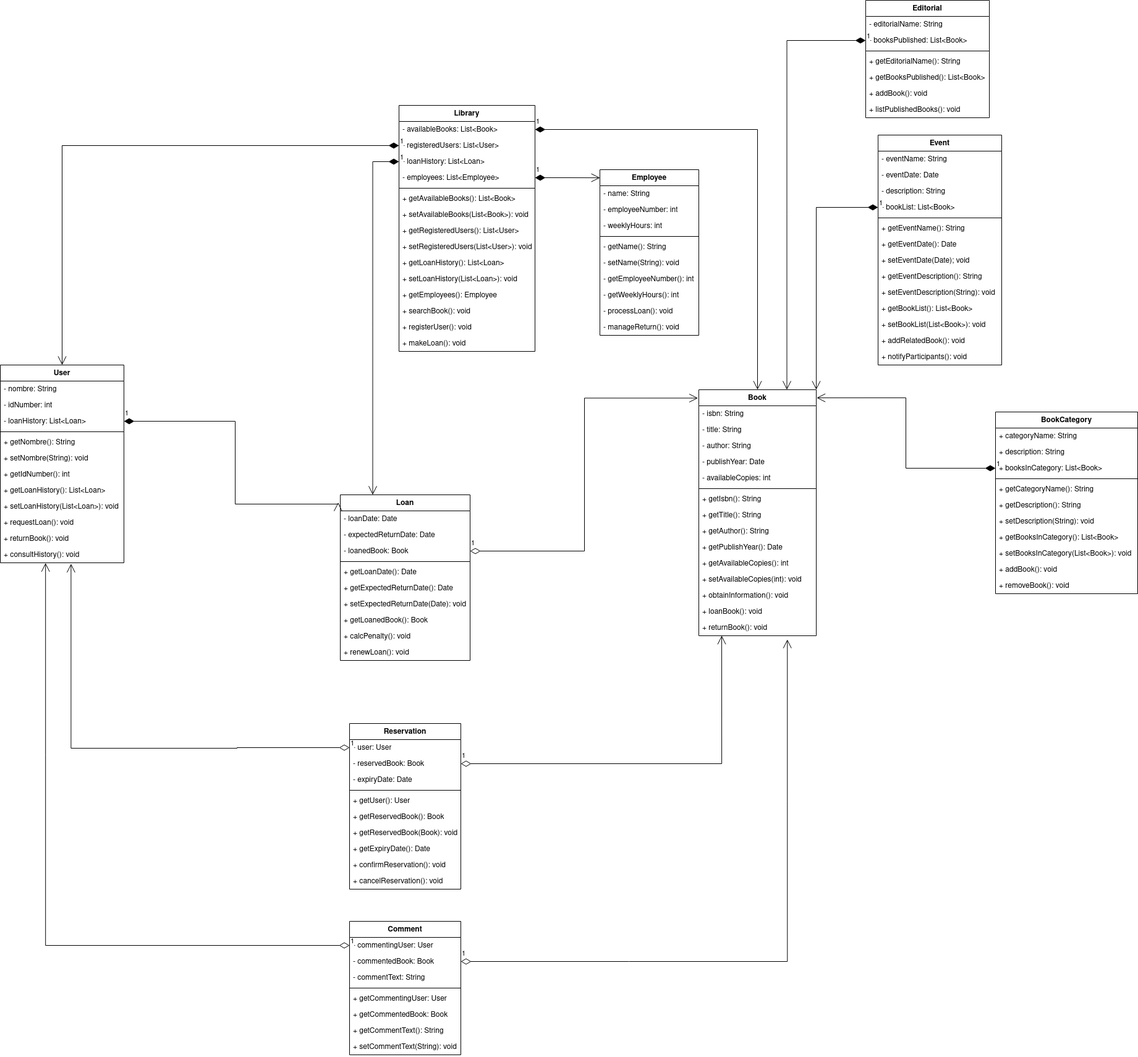
The draw.io diagram proyecto/classdiagram/classdiagramlibrary.png in mackstm/ets, before a commit. Source tidied: cells renumbered, new cells last; positions are measured from the earlier drawing's top-left corner, leaving out a move shared by most shapes.
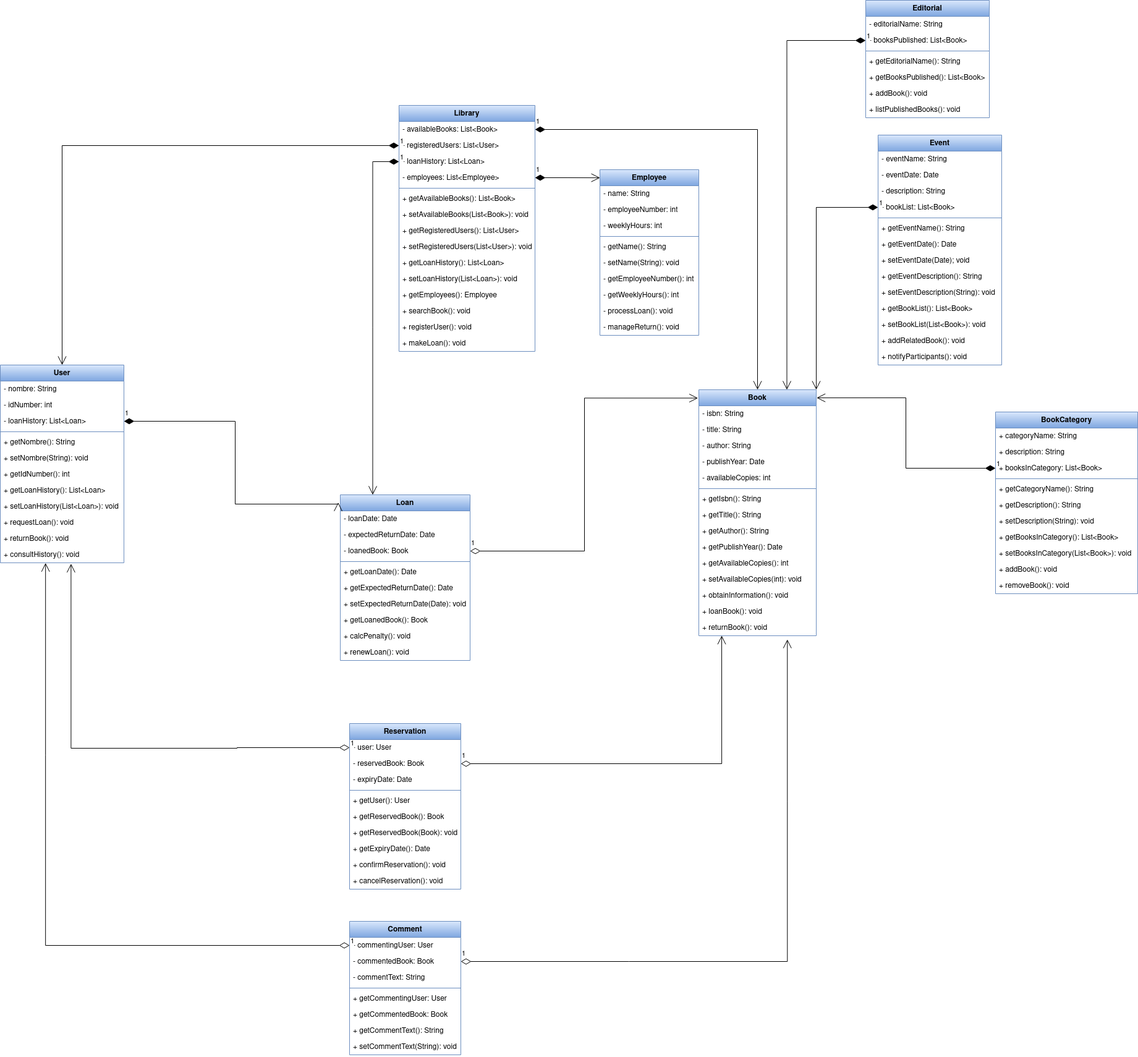
The same file after the commit.

Change to the diagram source:
```diff
@@ -2,7 +2,7 @@
   <root>
     <mxCell id="0" />
     <mxCell id="1" parent="0" />
-    <mxCell id="2" value="Book" style="swimlane;fontStyle=1;align=center;verticalAlign=top;horizontal=1;startSize=26;whiteSpace=wrap;html=1;" parent="1" vertex="1">
+    <mxCell id="2" value="Book" style="swimlane;fontStyle=1;align=center;verticalAlign=top;horizontal=1;startSize=26;whiteSpace=wrap;html=1;fillColor=#dae8fc;gradientColor=#7ea6e0;strokeColor=#6c8ebf;" parent="1" vertex="1">
       <mxGeometry x="1130" y="630" width="190" height="398" as="geometry" />
     </mxCell>
     <mxCell id="3" value="- isbn: String" style="text;strokeColor=none;fillColor=none;align=left;verticalAlign=top;spacingLeft=4;spacingRight=4;overflow=hidden;whiteSpace=wrap;html=1;" parent="2" vertex="1">
@@ -50,7 +50,7 @@
     <mxCell id="17" value="+ returnBook(): void" style="text;strokeColor=none;fillColor=none;align=left;verticalAlign=top;spacingLeft=4;spacingRight=4;overflow=hidden;points=[[0,0.5],[1,0.5]];portConstraint=eastwest;whiteSpace=wrap;html=1;" parent="2" vertex="1">
       <mxGeometry y="372" width="190" height="26" as="geometry" />
     </mxCell>
-    <mxCell id="18" value="Reservation" style="swimlane;fontStyle=1;align=center;verticalAlign=top;horizontal=1;startSize=26;whiteSpace=wrap;html=1;" parent="1" vertex="1">
+    <mxCell id="18" value="Reservation" style="swimlane;fontStyle=1;align=center;verticalAlign=top;horizontal=1;startSize=26;whiteSpace=wrap;html=1;fillColor=#dae8fc;gradientColor=#7ea6e0;strokeColor=#6c8ebf;" parent="1" vertex="1">
       <mxGeometry x="565" y="1170" width="180" height="268" as="geometry" />
     </mxCell>
     <mxCell id="19" value="- user: User" style="text;strokeColor=none;fillColor=none;align=left;verticalAlign=top;spacingLeft=4;spacingRight=4;overflow=hidden;points=[[0,0.5],[1,0.5]];portConstraint=eastwest;whiteSpace=wrap;html=1;" parent="18" vertex="1">
@@ -83,7 +83,7 @@
     <mxCell id="28" value="+ cancelReservation(): void" style="text;strokeColor=none;fillColor=none;align=left;verticalAlign=top;spacingLeft=4;spacingRight=4;overflow=hidden;whiteSpace=wrap;html=1;" parent="18" vertex="1">
       <mxGeometry y="242" width="180" height="26" as="geometry" />
     </mxCell>
-    <mxCell id="29" value="Library" style="swimlane;fontStyle=1;align=center;verticalAlign=top;horizontal=1;startSize=26;whiteSpace=wrap;html=1;" parent="1" vertex="1">
+    <mxCell id="29" value="Library" style="swimlane;fontStyle=1;align=center;verticalAlign=top;horizontal=1;startSize=26;whiteSpace=wrap;html=1;fillColor=#dae8fc;strokeColor=#6c8ebf;gradientColor=#7ea6e0;" parent="1" vertex="1">
       <mxGeometry x="645" y="170" width="220" height="398" as="geometry" />
     </mxCell>
     <mxCell id="30" value="- availableBooks: List&amp;lt;Book&amp;gt;" style="text;strokeColor=none;fillColor=none;align=left;verticalAlign=top;spacingLeft=4;spacingRight=4;overflow=hidden;points=[[0,0.5],[1,0.5]];portConstraint=eastwest;whiteSpace=wrap;html=1;" parent="29" vertex="1">
@@ -131,7 +131,7 @@
     <mxCell id="44" value="+ makeLoan(): void" style="text;strokeColor=none;fillColor=none;align=left;verticalAlign=top;spacingLeft=4;spacingRight=4;overflow=hidden;whiteSpace=wrap;html=1;" parent="29" vertex="1">
       <mxGeometry y="372" width="220" height="26" as="geometry" />
     </mxCell>
-    <mxCell id="45" value="User" style="swimlane;fontStyle=1;align=center;verticalAlign=top;horizontal=1;startSize=26;whiteSpace=wrap;html=1;" parent="1" vertex="1">
+    <mxCell id="45" value="User" style="swimlane;fontStyle=1;align=center;verticalAlign=top;horizontal=1;startSize=26;whiteSpace=wrap;html=1;fillColor=#dae8fc;strokeColor=#6c8ebf;gradientColor=#7ea6e0;" parent="1" vertex="1">
       <mxGeometry y="590" width="200" height="320" as="geometry" />
     </mxCell>
     <mxCell id="46" value="&lt;div&gt;- nombre: String&lt;br&gt;&lt;/div&gt;" style="text;strokeColor=none;fillColor=none;align=left;verticalAlign=top;spacingLeft=4;spacingRight=4;overflow=hidden;whiteSpace=wrap;html=1;" parent="45" vertex="1">
@@ -170,7 +170,7 @@
     <mxCell id="57" value="+ consultHistory(): void" style="text;strokeColor=none;fillColor=none;align=left;verticalAlign=top;spacingLeft=4;spacingRight=4;overflow=hidden;points=[[0,0.5],[1,0.5]];portConstraint=eastwest;whiteSpace=wrap;html=1;" parent="45" vertex="1">
       <mxGeometry y="294" width="200" height="26" as="geometry" />
     </mxCell>
-    <mxCell id="58" value="Event" style="swimlane;fontStyle=1;align=center;verticalAlign=top;horizontal=1;startSize=26;whiteSpace=wrap;html=1;" parent="1" vertex="1">
+    <mxCell id="58" value="Event" style="swimlane;fontStyle=1;align=center;verticalAlign=top;horizontal=1;startSize=26;whiteSpace=wrap;html=1;fillColor=#dae8fc;gradientColor=#7ea6e0;strokeColor=#6c8ebf;" parent="1" vertex="1">
       <mxGeometry x="1420" y="218" width="200" height="372" as="geometry" />
     </mxCell>
     <mxCell id="59" value="- eventName: String" style="text;strokeColor=none;fillColor=none;align=left;verticalAlign=top;spacingLeft=4;spacingRight=4;overflow=hidden;whiteSpace=wrap;html=1;" parent="58" vertex="1">
@@ -215,7 +215,7 @@
     <mxCell id="72" value="+ notifyParticipants(): void" style="text;strokeColor=none;fillColor=none;align=left;verticalAlign=top;spacingLeft=4;spacingRight=4;overflow=hidden;whiteSpace=wrap;html=1;" parent="58" vertex="1">
       <mxGeometry y="346" width="200" height="26" as="geometry" />
     </mxCell>
-    <mxCell id="73" value="Employee" style="swimlane;fontStyle=1;align=center;verticalAlign=top;horizontal=1;startSize=26;whiteSpace=wrap;html=1;" parent="1" vertex="1">
+    <mxCell id="73" value="Employee" style="swimlane;fontStyle=1;align=center;verticalAlign=top;horizontal=1;startSize=26;whiteSpace=wrap;html=1;fillColor=#dae8fc;gradientColor=#7ea6e0;strokeColor=#6c8ebf;" parent="1" vertex="1">
       <mxGeometry x="970" y="274" width="160" height="268" as="geometry" />
     </mxCell>
     <mxCell id="74" value="- name: String" style="text;strokeColor=none;fillColor=none;align=left;verticalAlign=top;spacingLeft=4;spacingRight=4;overflow=hidden;whiteSpace=wrap;html=1;" parent="73" vertex="1">
@@ -248,7 +248,7 @@
     <mxCell id="83" value="- manageReturn(): void" style="text;strokeColor=none;fillColor=none;align=left;verticalAlign=top;spacingLeft=4;spacingRight=4;overflow=hidden;whiteSpace=wrap;html=1;" parent="73" vertex="1">
       <mxGeometry y="242" width="160" height="26" as="geometry" />
     </mxCell>
-    <mxCell id="84" value="BookCategory" style="swimlane;fontStyle=1;align=center;verticalAlign=top;horizontal=1;startSize=26;whiteSpace=wrap;html=1;" parent="1" vertex="1">
+    <mxCell id="84" value="BookCategory" style="swimlane;fontStyle=1;align=center;verticalAlign=top;horizontal=1;startSize=26;whiteSpace=wrap;html=1;fillColor=#dae8fc;gradientColor=#7ea6e0;strokeColor=#6c8ebf;" parent="1" vertex="1">
       <mxGeometry x="1610" y="666" width="230" height="294" as="geometry" />
     </mxCell>
     <mxCell id="85" value="+ categoryName: String" style="text;strokeColor=none;fillColor=none;align=left;verticalAlign=top;spacingLeft=4;spacingRight=4;overflow=hidden;whiteSpace=wrap;html=1;" parent="84" vertex="1">
@@ -284,7 +284,7 @@
     <mxCell id="95" value="+ removeBook(): void" style="text;strokeColor=none;fillColor=none;align=left;verticalAlign=top;spacingLeft=4;spacingRight=4;overflow=hidden;whiteSpace=wrap;html=1;" parent="84" vertex="1">
       <mxGeometry y="268" width="230" height="26" as="geometry" />
     </mxCell>
-    <mxCell id="96" value="Loan" style="swimlane;fontStyle=1;align=center;verticalAlign=top;horizontal=1;startSize=26;whiteSpace=wrap;html=1;" parent="1" vertex="1">
+    <mxCell id="96" value="Loan" style="swimlane;fontStyle=1;align=center;verticalAlign=top;horizontal=1;startSize=26;whiteSpace=wrap;html=1;fillColor=#dae8fc;gradientColor=#7ea6e0;strokeColor=#6c8ebf;" parent="1" vertex="1">
       <mxGeometry x="550" y="800" width="210" height="268" as="geometry" />
     </mxCell>
     <mxCell id="97" value="- loanDate: Date" style="text;strokeColor=none;fillColor=none;align=left;verticalAlign=top;spacingLeft=4;spacingRight=4;overflow=hidden;whiteSpace=wrap;html=1;" parent="96" vertex="1">
@@ -317,7 +317,7 @@
     <mxCell id="106" value="+ renewLoan(): void" style="text;strokeColor=none;fillColor=none;align=left;verticalAlign=top;spacingLeft=4;spacingRight=4;overflow=hidden;whiteSpace=wrap;html=1;" parent="96" vertex="1">
       <mxGeometry y="242" width="210" height="26" as="geometry" />
     </mxCell>
-    <mxCell id="107" value="Editorial" style="swimlane;fontStyle=1;align=center;verticalAlign=top;horizontal=1;startSize=26;whiteSpace=wrap;html=1;" parent="1" vertex="1">
+    <mxCell id="107" value="Editorial" style="swimlane;fontStyle=1;align=center;verticalAlign=top;horizontal=1;startSize=26;whiteSpace=wrap;html=1;fillColor=#dae8fc;gradientColor=#7ea6e0;strokeColor=#6c8ebf;" parent="1" vertex="1">
       <mxGeometry x="1400" width="200" height="190" as="geometry" />
     </mxCell>
     <mxCell id="108" value="- editorialName: String" style="text;strokeColor=none;fillColor=none;align=left;verticalAlign=top;spacingLeft=4;spacingRight=4;overflow=hidden;whiteSpace=wrap;html=1;" parent="107" vertex="1">
@@ -341,7 +341,7 @@
     <mxCell id="114" value="+ listPublishedBooks(): void" style="text;strokeColor=none;fillColor=none;align=left;verticalAlign=top;spacingLeft=4;spacingRight=4;overflow=hidden;whiteSpace=wrap;html=1;" parent="107" vertex="1">
       <mxGeometry y="164" width="200" height="26" as="geometry" />
     </mxCell>
-    <mxCell id="115" value="Comment" style="swimlane;fontStyle=1;align=center;verticalAlign=top;horizontal=1;startSize=26;whiteSpace=wrap;html=1;" parent="1" vertex="1">
+    <mxCell id="115" value="Comment" style="swimlane;fontStyle=1;align=center;verticalAlign=top;horizontal=1;startSize=26;whiteSpace=wrap;html=1;fillColor=#dae8fc;gradientColor=#7ea6e0;strokeColor=#6c8ebf;" parent="1" vertex="1">
       <mxGeometry x="565" y="1490" width="180" height="216" as="geometry" />
     </mxCell>
     <mxCell id="116" value="- commentingUser: User" style="text;strokeColor=none;fillColor=none;align=left;verticalAlign=top;spacingLeft=4;spacingRight=4;overflow=hidden;points=[[0,0.5],[1,0.5]];portConstraint=eastwest;whiteSpace=wrap;html=1;" parent="115" vertex="1">
```
